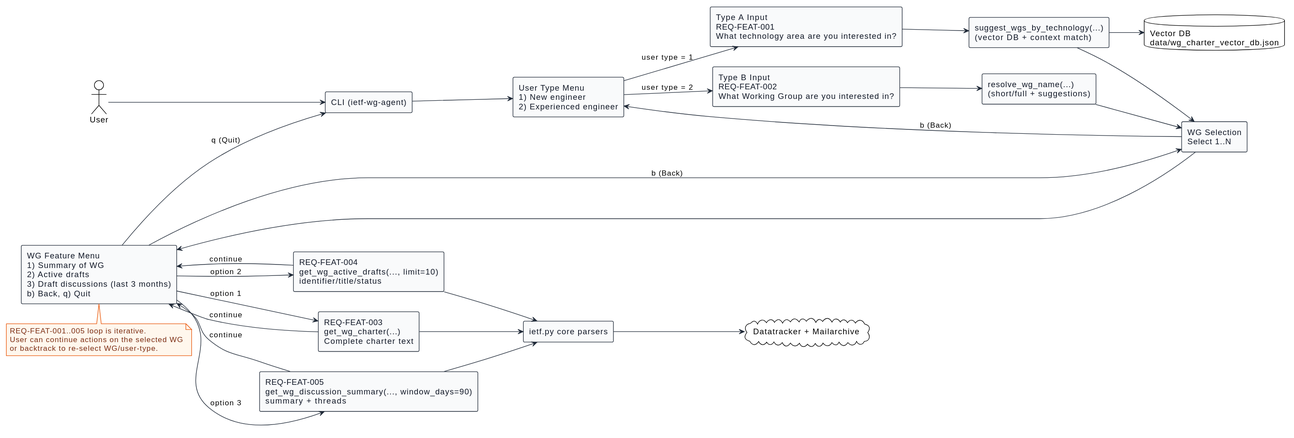
Earlier version of the PlantUML export docs/design-docs/diagrams/req-feat-001-005-architecture.svg (addogra/IETF-Learning-Tools).
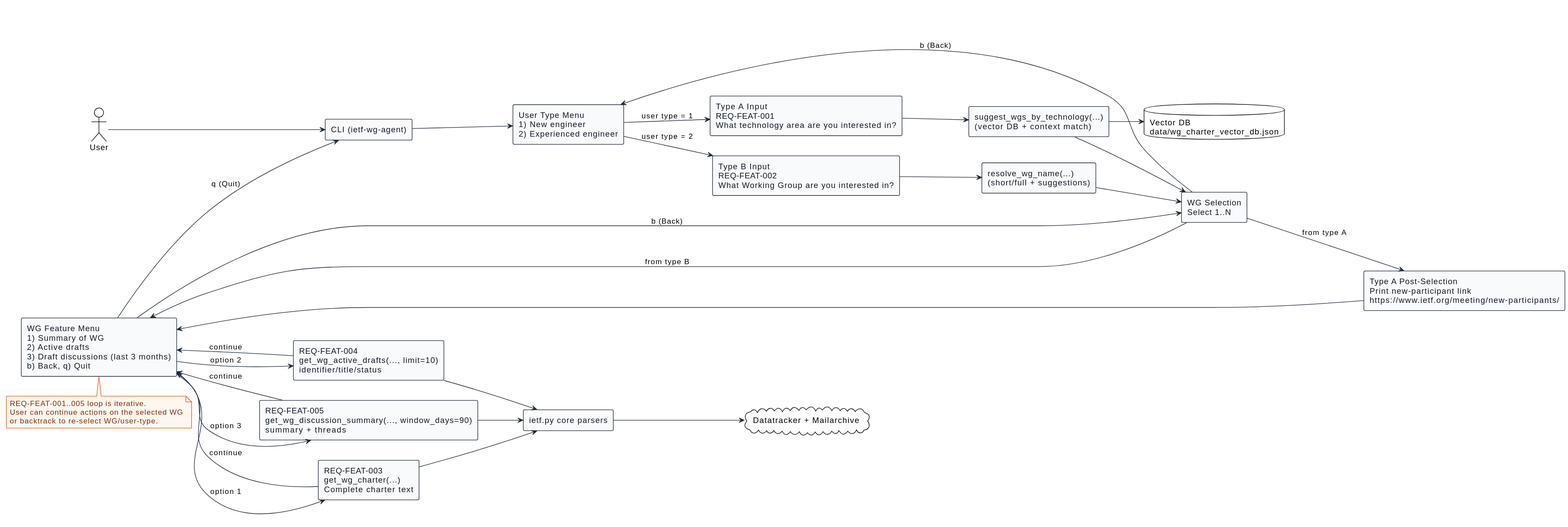
Above is the later version.

The edit, as a diff of the source:
```diff
@@ -21,6 +21,7 @@
 rectangle "User Type Menu\n1) New engineer\n2) Experienced engineer" as Menu
 rectangle "Type A Input\nREQ-FEAT-001\nWhat technology area are you interested in?" as TechInput
 rectangle "suggest_wgs_by_technology(...)\n(vector DB + context match)" as TechMatch
+rectangle "Type A Post-Selection\nPrint new-participant link\nhttps://www.ietf.org/meeting/new-participants/" as TypeAHelp
 rectangle "Type B Input\nREQ-FEAT-002\nWhat Working Group are you interested in?" as WgInput
 rectangle "resolve_wg_name(...)\n(short/full + suggestions)" as WgResolve
 rectangle "WG Selection\nSelect 1..N" as WgSelect
@@ -41,11 +42,13 @@
 TechInput --> TechMatch
 TechMatch --> VDB
 TechMatch --> WgSelect
+WgSelect --> TypeAHelp : from type A
+TypeAHelp --> FeatureMenu
 
 WgInput --> WgResolve
 WgResolve --> WgSelect
+WgSelect --> FeatureMenu : from type B
 
-WgSelect --> FeatureMenu
 FeatureMenu --> Charter : option 1
 FeatureMenu --> Drafts : option 2
 FeatureMenu --> Discussions : option 3
```
